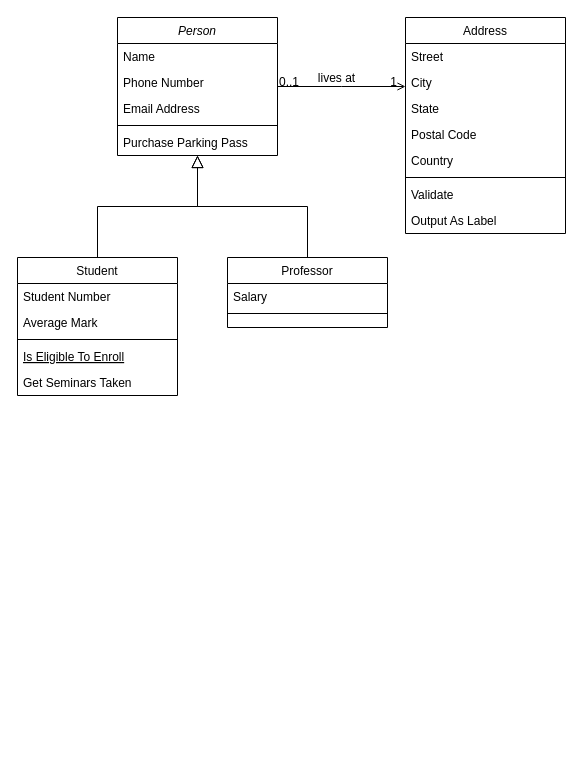
Zan1019/Mydiagrans keeps this draw.io diagram as Untitled Diagram.drawio. Above is the earlier version. Source tidied: cells renumbered, new cells numbered last; positions are measured from the earlier drawing's top-left corner, leaving out a move shared by most shapes. Both pictures are drawn from the tidied source at 100%, with x=0, y=0 at pixel (17, 17).
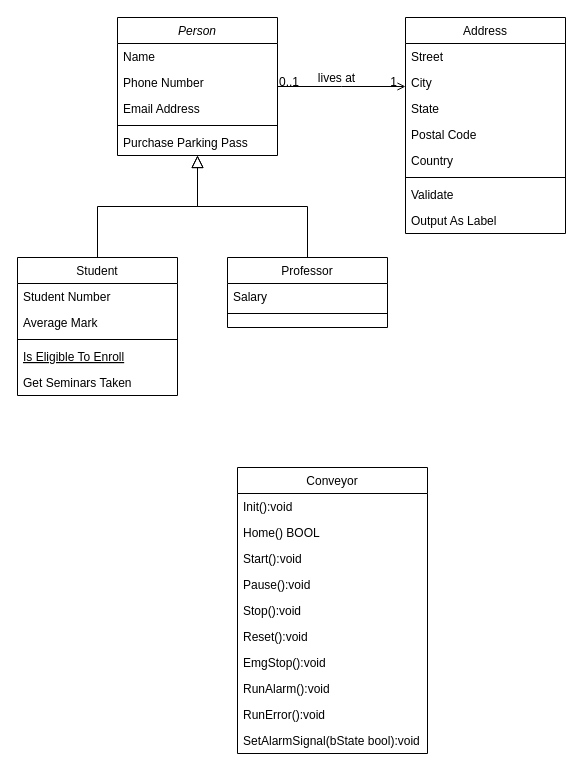
Above is the later version.

Change to the diagram source:
```diff
@@
+    <mxCell id="32" value="Conveyor" style="swimlane;fontStyle=0;horizontal=1;startSize=26;fillColor=none;" parent="1" vertex="1">
+      <mxGeometry x="220" y="450" width="190" height="286" as="geometry" />
+    </mxCell>
+    <mxCell id="33" value="Init():void" style="text;strokeColor=none;fillColor=none;align=left;verticalAlign=top;spacingLeft=4;spacingRight=4;overflow=hidden;glass=0;" parent="32" vertex="1">
+      <mxGeometry y="26" width="190" height="26" as="geometry" />
+    </mxCell>
+    <mxCell id="34" value="Home() BOOL" style="text;strokeColor=none;fillColor=none;align=left;verticalAlign=top;spacingLeft=4;spacingRight=4;overflow=hidden;" parent="32" vertex="1">
+      <mxGeometry y="52" width="190" height="26" as="geometry" />
+    </mxCell>
+    <mxCell id="35" value="Start():void" style="text;strokeColor=none;fillColor=none;align=left;verticalAlign=top;spacingLeft=4;spacingRight=4;overflow=hidden;" parent="32" vertex="1">
+      <mxGeometry y="78" width="190" height="26" as="geometry" />
+    </mxCell>
+    <mxCell id="36" value="Pause():void" style="text;strokeColor=none;fillColor=none;align=left;verticalAlign=top;spacingLeft=4;spacingRight=4;overflow=hidden;" parent="32" vertex="1">
+      <mxGeometry y="104" width="190" height="26" as="geometry" />
+    </mxCell>
+    <mxCell id="37" value="Stop():void" style="text;strokeColor=none;fillColor=none;align=left;verticalAlign=top;spacingLeft=4;spacingRight=4;overflow=hidden;" parent="32" vertex="1">
+      <mxGeometry y="130" width="190" height="26" as="geometry" />
+    </mxCell>
+    <mxCell id="38" value="Reset():void" style="text;strokeColor=none;fillColor=none;align=left;verticalAlign=top;spacingLeft=4;spacingRight=4;overflow=hidden;" parent="32" vertex="1">
+      <mxGeometry y="156" width="190" height="26" as="geometry" />
+    </mxCell>
+    <mxCell id="39" value="EmgStop():void" style="text;strokeColor=none;fillColor=none;align=left;verticalAlign=top;spacingLeft=4;spacingRight=4;overflow=hidden;" parent="32" vertex="1">
+      <mxGeometry y="182" width="190" height="26" as="geometry" />
+    </mxCell>
+    <mxCell id="40" value="RunAlarm():void" style="text;strokeColor=none;fillColor=none;align=left;verticalAlign=top;spacingLeft=4;spacingRight=4;overflow=hidden;" parent="32" vertex="1">
+      <mxGeometry y="208" width="190" height="26" as="geometry" />
+    </mxCell>
+    <mxCell id="41" value="RunError():void" style="text;strokeColor=none;fillColor=none;align=left;verticalAlign=top;spacingLeft=4;spacingRight=4;overflow=hidden;" parent="32" vertex="1">
+      <mxGeometry y="234" width="190" height="26" as="geometry" />
+    </mxCell>
+    <mxCell id="42" value="SetAlarmSignal(bState bool):void" style="text;strokeColor=none;fillColor=none;align=left;verticalAlign=top;spacingLeft=4;spacingRight=4;overflow=hidden;" parent="32" vertex="1">
+      <mxGeometry y="260" width="190" height="26" as="geometry" />
+    </mxCell>
```
